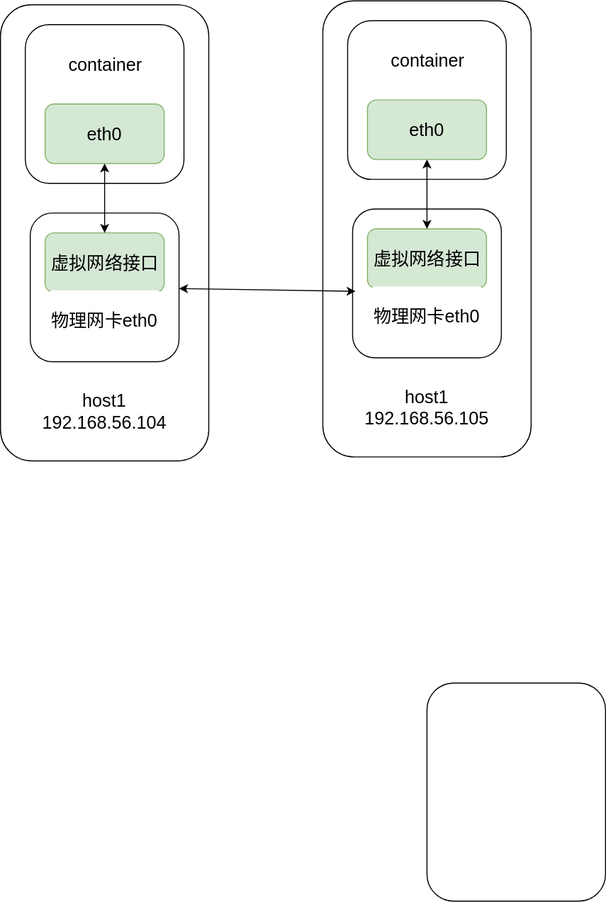
The draw.io diagram docker/macvlan.svg in lanzhiwang/awesome-huzhi, before a commit. Source tidied: cells renumbered, new cells last; positions are measured from the earlier drawing's top-left corner, leaving out a move shared by most shapes.
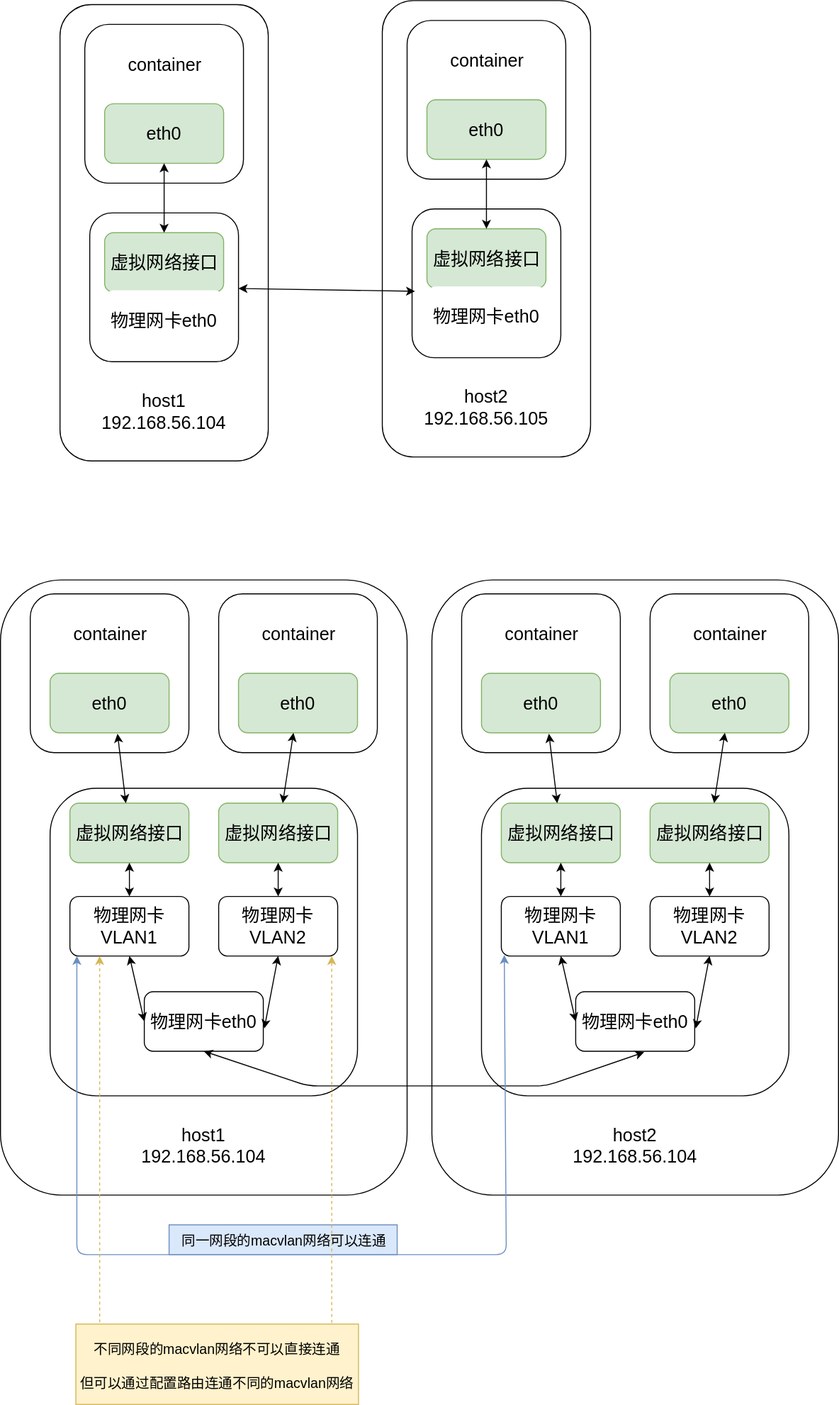
Later version of the same file.

Change to the diagram source:
```diff
@@ -2,6 +2,9 @@
   <root>
     <mxCell id="0" />
     <mxCell id="1" parent="0" />
+    <mxCell id="22" style="rounded=1;whiteSpace=wrap;html=1;strokeColor=#000000;" parent="1" vertex="1">
+      <mxGeometry x="-60" y="584" width="410" height="620" as="geometry" />
+    </mxCell>
     <mxCell id="2" style="rounded=1;whiteSpace=wrap;html=1;strokeColor=#000000;" parent="1" vertex="1">
       <mxGeometry y="4" width="210" height="460" as="geometry" />
     </mxCell>
@@ -11,9 +14,6 @@
     <mxCell id="4" style="rounded=1;whiteSpace=wrap;html=1;strokeColor=#000000;" parent="1" vertex="1">
       <mxGeometry x="30" y="214" width="150" height="150" as="geometry" />
     </mxCell>
-    <mxCell id="5" style="rounded=1;whiteSpace=wrap;html=1;" parent="1" vertex="1">
-      <mxGeometry x="430" y="688" width="180" height="220" as="geometry" />
-    </mxCell>
     <mxCell id="6" value="&lt;font style=&quot;font-size: 18px&quot;&gt;虚拟网络接口&lt;/font&gt;" style="rounded=1;whiteSpace=wrap;html=1;fillColor=#d5e8d4;strokeColor=#82b366;" parent="1" vertex="1">
       <mxGeometry x="45" y="234" width="120" height="60" as="geometry" />
     </mxCell>
@@ -44,7 +44,7 @@
     <mxCell id="15" value="&lt;font style=&quot;font-size: 18px&quot;&gt;虚拟网络接口&lt;/font&gt;" style="rounded=1;whiteSpace=wrap;html=1;fillColor=#d5e8d4;strokeColor=#82b366;" parent="1" vertex="1">
       <mxGeometry x="370" y="230" width="120" height="60" as="geometry" />
     </mxCell>
-    <mxCell id="16" value="&lt;font style=&quot;font-size: 18px&quot;&gt;host1&lt;br&gt;192.168.56.105&lt;br&gt;&lt;/font&gt;" style="rounded=1;whiteSpace=wrap;html=1;strokeColor=none;" parent="1" vertex="1">
+    <mxCell id="16" value="&lt;font style=&quot;font-size: 18px&quot;&gt;host2&lt;br&gt;192.168.56.105&lt;br&gt;&lt;/font&gt;" style="rounded=1;whiteSpace=wrap;html=1;strokeColor=none;" parent="1" vertex="1">
       <mxGeometry x="365" y="370" width="130" height="80" as="geometry" />
     </mxCell>
     <mxCell id="17" value="&lt;span&gt;&lt;font style=&quot;font-size: 18px&quot;&gt;物理网卡eth0&lt;/font&gt;&lt;/span&gt;&lt;br&gt;" style="rounded=1;whiteSpace=wrap;html=1;strokeColor=none;" parent="1" vertex="1">
@@ -62,5 +62,153 @@
     <mxCell id="21" style="endArrow=classic;startArrow=classic;html=1;entryX=0.02;entryY=0.553;entryPerimeter=0;" parent="1" edge="1" source="4" target="14">
       <mxGeometry relative="1" as="geometry" />
     </mxCell>
+    <mxCell id="23" style="rounded=1;whiteSpace=wrap;html=1;strokeColor=#000000;" parent="1" vertex="1">
+      <mxGeometry x="-30" y="598" width="160" height="160" as="geometry" />
+    </mxCell>
+    <mxCell id="24" style="rounded=1;whiteSpace=wrap;html=1;strokeColor=#000000;" parent="1" vertex="1">
+      <mxGeometry x="-10" y="794" width="310" height="310" as="geometry" />
+    </mxCell>
+    <mxCell id="25" value="&lt;font style=&quot;font-size: 18px&quot;&gt;虚拟网络接口&lt;/font&gt;" style="rounded=1;whiteSpace=wrap;html=1;fillColor=#d5e8d4;strokeColor=#82b366;" parent="1" vertex="1">
+      <mxGeometry x="10" y="809" width="120" height="60" as="geometry" />
+    </mxCell>
+    <mxCell id="26" value="&lt;font style=&quot;font-size: 18px&quot;&gt;host1&lt;br&gt;192.168.56.104&lt;br&gt;&lt;/font&gt;" style="rounded=1;whiteSpace=wrap;html=1;strokeColor=none;" parent="1" vertex="1">
+      <mxGeometry x="80" y="1114" width="130" height="80" as="geometry" />
+    </mxCell>
+    <mxCell id="27" value="&lt;span&gt;&lt;font style=&quot;font-size: 18px&quot;&gt;物理网卡eth0&lt;/font&gt;&lt;/span&gt;&lt;br&gt;" style="rounded=1;whiteSpace=wrap;html=1;strokeColor=#000000;" parent="1" vertex="1">
+      <mxGeometry x="85" y="999" width="120" height="60" as="geometry" />
+    </mxCell>
+    <mxCell id="28" value="&lt;font style=&quot;font-size: 18px&quot;&gt;eth0&lt;/font&gt;" style="rounded=1;whiteSpace=wrap;html=1;strokeColor=#82b366;fillColor=#d5e8d4;" parent="1" vertex="1">
+      <mxGeometry x="-10" y="678" width="120" height="60" as="geometry" />
+    </mxCell>
+    <mxCell id="29" value="&lt;font style=&quot;font-size: 18px&quot;&gt;container&lt;/font&gt;" style="rounded=1;whiteSpace=wrap;html=1;strokeColor=none;" parent="1" vertex="1">
+      <mxGeometry x="-10" y="608" width="120" height="60" as="geometry" />
+    </mxCell>
+    <mxCell id="30" style="rounded=1;whiteSpace=wrap;html=1;strokeColor=#000000;" parent="1" vertex="1">
+      <mxGeometry x="160" y="598" width="160" height="160" as="geometry" />
+    </mxCell>
+    <mxCell id="31" value="&lt;font style=&quot;font-size: 18px&quot;&gt;eth0&lt;/font&gt;" style="rounded=1;whiteSpace=wrap;html=1;strokeColor=#82b366;fillColor=#d5e8d4;" parent="1" vertex="1">
+      <mxGeometry x="180" y="678" width="120" height="60" as="geometry" />
+    </mxCell>
+    <mxCell id="32" value="&lt;font style=&quot;font-size: 18px&quot;&gt;container&lt;/font&gt;" style="rounded=1;whiteSpace=wrap;html=1;strokeColor=none;" parent="1" vertex="1">
+      <mxGeometry x="180" y="608" width="120" height="60" as="geometry" />
+    </mxCell>
+    <mxCell id="33" value="&lt;span&gt;&lt;font style=&quot;font-size: 18px&quot;&gt;物理网卡VLAN1&lt;/font&gt;&lt;/span&gt;&lt;br&gt;" style="rounded=1;whiteSpace=wrap;html=1;strokeColor=#000000;" parent="1" vertex="1">
+      <mxGeometry x="10" y="903" width="120" height="60" as="geometry" />
+    </mxCell>
+    <mxCell id="34" value="&lt;font style=&quot;font-size: 18px&quot;&gt;虚拟网络接口&lt;/font&gt;" style="rounded=1;whiteSpace=wrap;html=1;fillColor=#d5e8d4;strokeColor=#82b366;" parent="1" vertex="1">
+      <mxGeometry x="160" y="809" width="120" height="60" as="geometry" />
+    </mxCell>
+    <mxCell id="35" value="&lt;span&gt;&lt;font style=&quot;font-size: 18px&quot;&gt;物理网卡VLAN2&lt;/font&gt;&lt;/span&gt;&lt;br&gt;" style="rounded=1;whiteSpace=wrap;html=1;strokeColor=#000000;" parent="1" vertex="1">
+      <mxGeometry x="160" y="903" width="120" height="60" as="geometry" />
+    </mxCell>
+    <mxCell id="36" style="endArrow=classic;startArrow=classic;html=1;entryX=0.5;entryY=1;exitX=0.5;exitY=0;" parent="1" edge="1" source="33" target="25">
+      <mxGeometry relative="1" as="geometry" />
+    </mxCell>
+    <mxCell id="37" style="endArrow=classic;startArrow=classic;html=1;exitX=0.5;exitY=1;" parent="1" edge="1" source="34" target="35">
+      <mxGeometry relative="1" as="geometry" />
+    </mxCell>
+    <mxCell id="38" style="endArrow=classic;startArrow=classic;html=1;entryX=0.5;entryY=1;exitX=0;exitY=0.5;" parent="1" edge="1" source="27" target="33">
+      <mxGeometry relative="1" as="geometry" />
+    </mxCell>
+    <mxCell id="39" style="endArrow=classic;startArrow=classic;html=1;entryX=0.5;entryY=1;exitX=1.008;exitY=0.617;exitPerimeter=0;" parent="1" edge="1" source="27" target="35">
+      <mxGeometry relative="1" as="geometry" />
+    </mxCell>
+    <mxCell id="40" style="endArrow=classic;startArrow=classic;html=1;entryX=0.567;entryY=1.017;entryPerimeter=0;" parent="1" edge="1" source="25" target="28">
+      <mxGeometry relative="1" as="geometry" />
+    </mxCell>
+    <mxCell id="41" style="endArrow=classic;startArrow=classic;html=1;" parent="1" edge="1" source="34" target="31">
+      <mxGeometry relative="1" as="geometry" />
+    </mxCell>
+    <mxCell id="42" style="rounded=1;whiteSpace=wrap;html=1;strokeColor=#000000;" parent="1" vertex="1">
+      <mxGeometry x="375" y="584" width="410" height="620" as="geometry" />
+    </mxCell>
+    <mxCell id="43" style="rounded=1;whiteSpace=wrap;html=1;strokeColor=#000000;" parent="1" vertex="1">
+      <mxGeometry x="405" y="598" width="160" height="160" as="geometry" />
+    </mxCell>
+    <mxCell id="44" style="rounded=1;whiteSpace=wrap;html=1;strokeColor=#000000;" parent="1" vertex="1">
+      <mxGeometry x="425" y="794" width="310" height="310" as="geometry" />
+    </mxCell>
+    <mxCell id="45" value="&lt;font style=&quot;font-size: 18px&quot;&gt;虚拟网络接口&lt;/font&gt;" style="rounded=1;whiteSpace=wrap;html=1;fillColor=#d5e8d4;strokeColor=#82b366;" parent="1" vertex="1">
+      <mxGeometry x="445" y="809" width="120" height="60" as="geometry" />
+    </mxCell>
+    <mxCell id="46" value="&lt;font style=&quot;font-size: 18px&quot;&gt;host2&lt;br&gt;192.168.56.104&lt;br&gt;&lt;/font&gt;" style="rounded=1;whiteSpace=wrap;html=1;strokeColor=none;" parent="1" vertex="1">
+      <mxGeometry x="515" y="1114" width="130" height="80" as="geometry" />
+    </mxCell>
+    <mxCell id="47" value="&lt;span&gt;&lt;font style=&quot;font-size: 18px&quot;&gt;物理网卡eth0&lt;/font&gt;&lt;/span&gt;&lt;br&gt;" style="rounded=1;whiteSpace=wrap;html=1;strokeColor=#000000;" parent="1" vertex="1">
+      <mxGeometry x="520" y="999" width="120" height="60" as="geometry" />
+    </mxCell>
+    <mxCell id="48" value="&lt;font style=&quot;font-size: 18px&quot;&gt;eth0&lt;/font&gt;" style="rounded=1;whiteSpace=wrap;html=1;strokeColor=#82b366;fillColor=#d5e8d4;" parent="1" vertex="1">
+      <mxGeometry x="425" y="678" width="120" height="60" as="geometry" />
+    </mxCell>
+    <mxCell id="49" value="&lt;font style=&quot;font-size: 18px&quot;&gt;container&lt;/font&gt;" style="rounded=1;whiteSpace=wrap;html=1;strokeColor=none;" parent="1" vertex="1">
+      <mxGeometry x="425" y="608" width="120" height="60" as="geometry" />
+    </mxCell>
+    <mxCell id="50" style="rounded=1;whiteSpace=wrap;html=1;strokeColor=#000000;" parent="1" vertex="1">
+      <mxGeometry x="595" y="598" width="160" height="160" as="geometry" />
+    </mxCell>
+    <mxCell id="51" value="&lt;font style=&quot;font-size: 18px&quot;&gt;eth0&lt;/font&gt;" style="rounded=1;whiteSpace=wrap;html=1;strokeColor=#82b366;fillColor=#d5e8d4;" parent="1" vertex="1">
+      <mxGeometry x="615" y="678" width="120" height="60" as="geometry" />
+    </mxCell>
+    <mxCell id="52" value="&lt;font style=&quot;font-size: 18px&quot;&gt;container&lt;/font&gt;" style="rounded=1;whiteSpace=wrap;html=1;strokeColor=none;" parent="1" vertex="1">
+      <mxGeometry x="615" y="608" width="120" height="60" as="geometry" />
+    </mxCell>
+    <mxCell id="53" value="&lt;span&gt;&lt;font style=&quot;font-size: 18px&quot;&gt;物理网卡VLAN1&lt;/font&gt;&lt;/span&gt;&lt;br&gt;" style="rounded=1;whiteSpace=wrap;html=1;strokeColor=#000000;" parent="1" vertex="1">
+      <mxGeometry x="445" y="903" width="120" height="60" as="geometry" />
+    </mxCell>
+    <mxCell id="54" value="&lt;font style=&quot;font-size: 18px&quot;&gt;虚拟网络接口&lt;/font&gt;" style="rounded=1;whiteSpace=wrap;html=1;fillColor=#d5e8d4;strokeColor=#82b366;" parent="1" vertex="1">
+      <mxGeometry x="595" y="809" width="120" height="60" as="geometry" />
+    </mxCell>
+    <mxCell id="55" value="&lt;span&gt;&lt;font style=&quot;font-size: 18px&quot;&gt;物理网卡VLAN2&lt;/font&gt;&lt;/span&gt;&lt;br&gt;" style="rounded=1;whiteSpace=wrap;html=1;strokeColor=#000000;" parent="1" vertex="1">
+      <mxGeometry x="595" y="903" width="120" height="60" as="geometry" />
+    </mxCell>
+    <mxCell id="56" style="endArrow=classic;startArrow=classic;html=1;entryX=0.5;entryY=1;exitX=0.5;exitY=0;" parent="1" edge="1" source="53" target="45">
+      <mxGeometry relative="1" as="geometry" />
+    </mxCell>
+    <mxCell id="57" style="endArrow=classic;startArrow=classic;html=1;exitX=0.5;exitY=1;" parent="1" edge="1" source="54" target="55">
+      <mxGeometry relative="1" as="geometry" />
+    </mxCell>
+    <mxCell id="58" style="endArrow=classic;startArrow=classic;html=1;entryX=0.5;entryY=1;exitX=0;exitY=0.5;" parent="1" edge="1" source="47" target="53">
+      <mxGeometry relative="1" as="geometry" />
+    </mxCell>
+    <mxCell id="59" style="endArrow=classic;startArrow=classic;html=1;entryX=0.5;entryY=1;exitX=1.008;exitY=0.617;exitPerimeter=0;" parent="1" edge="1" source="47" target="55">
+      <mxGeometry relative="1" as="geometry" />
+    </mxCell>
+    <mxCell id="60" style="endArrow=classic;startArrow=classic;html=1;entryX=0.567;entryY=1.017;entryPerimeter=0;" parent="1" edge="1" source="45" target="48">
+      <mxGeometry relative="1" as="geometry" />
+    </mxCell>
+    <mxCell id="61" style="endArrow=classic;startArrow=classic;html=1;" parent="1" edge="1" source="54" target="51">
+      <mxGeometry relative="1" as="geometry" />
+    </mxCell>
+    <mxCell id="62" style="endArrow=classic;startArrow=classic;html=1;entryX=0.575;entryY=1.017;entryPerimeter=0;exitX=0.5;exitY=1;" parent="1" edge="1" source="27" target="47">
+      <mxGeometry relative="1" as="geometry">
+        <Array as="points">
+          <mxPoint x="250" y="1094" />
+          <mxPoint x="370" y="1094" />
+          <mxPoint x="490" y="1094" />
+        </Array>
+      </mxGeometry>
+    </mxCell>
+    <mxCell id="63" style="endArrow=classic;startArrow=classic;html=1;exitX=0.058;exitY=1;entryX=0.025;entryY=0.983;entryPerimeter=0;exitPerimeter=0;fillColor=#dae8fc;strokeColor=#6c8ebf;" parent="1" edge="1" source="33" target="53">
+      <mxGeometry relative="1" as="geometry">
+        <Array as="points">
+          <mxPoint x="17" y="1264" />
+          <mxPoint x="450" y="1264" />
+        </Array>
+      </mxGeometry>
+    </mxCell>
+    <mxCell id="64" value="&lt;span&gt;&lt;font style=&quot;font-size: 14px&quot;&gt;同一网段的macvlan网络可以连通&lt;/font&gt;&lt;/span&gt;&lt;br&gt;" style="text;html=1;strokeColor=#6c8ebf;fillColor=#dae8fc;align=center;verticalAlign=middle;whiteSpace=wrap;rounded=0;" parent="1" vertex="1">
+      <mxGeometry x="110" y="1234" width="230" height="30" as="geometry" />
+    </mxCell>
+    <mxCell id="65" style="endArrow=classic;startArrow=classic;html=1;exitX=0.25;exitY=1;entryX=0.95;entryY=1;entryPerimeter=0;fillColor=#fff2cc;strokeColor=#d6b656;dashed=1;" parent="1" edge="1" source="33" target="35">
+      <mxGeometry relative="1" as="geometry">
+        <Array as="points">
+          <mxPoint x="40" y="1344" />
+          <mxPoint x="274" y="1344" />
+        </Array>
+      </mxGeometry>
+    </mxCell>
+    <mxCell id="66" value="&lt;font style=&quot;font-size: 14px&quot;&gt;&lt;span&gt;不同网段的macvlan网络不可以直接连通&lt;br&gt;&lt;br&gt;&lt;/span&gt;但可以通过配置路由连通不同的macvlan网络&lt;/font&gt;&lt;br&gt;" style="text;html=1;strokeColor=#d6b656;fillColor=#fff2cc;align=center;verticalAlign=middle;whiteSpace=wrap;rounded=0;" parent="1" vertex="1">
+      <mxGeometry x="16" y="1334" width="285" height="81" as="geometry" />
+    </mxCell>
   </root>
 </mxGraphModel>
```
